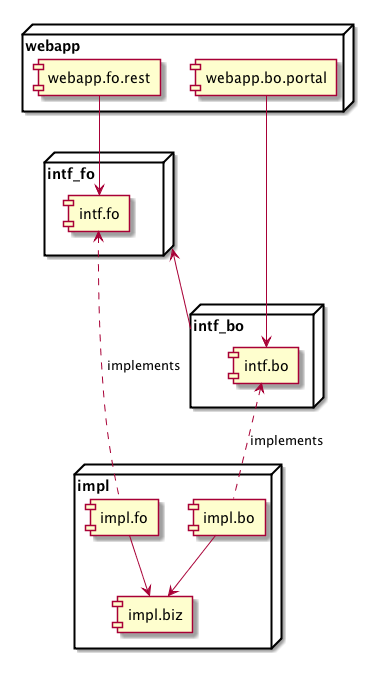
Before: documents/project-organization/fo-and-bo.png, a diagram exported from PlantUML (chenjianjx/srb4j).
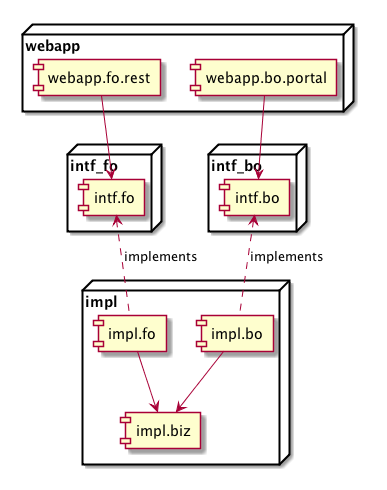
After the change.

Change to the diagram source:
```diff
@@ -36,7 +36,7 @@
 }
 
 [webapp.bo.portal] -down-> [intf.bo]
-intf_bo -left-> intf_fo
+
 
 [impl.bo] -down-> [impl.biz]
 [impl.bo] .up.> [intf.bo] : implements
```
